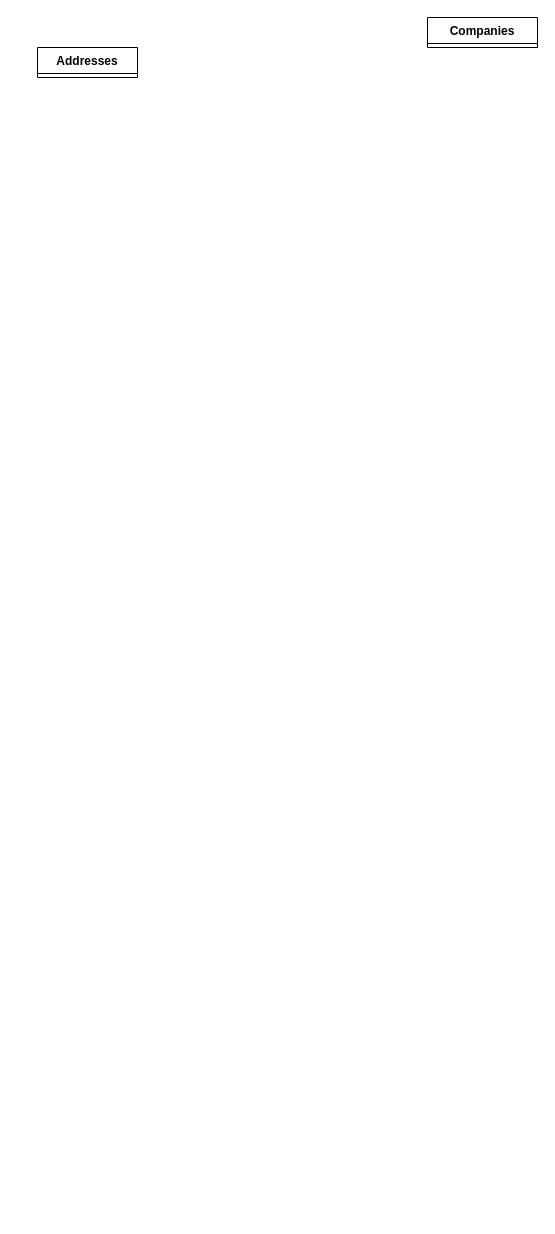
This is Diagramme sans nom.drawio from Eaulmesse/upit_erp_dev, a draw.io file, before an edit. Source tidied: cells renumbered, new cells numbered last; positions are measured from the earlier drawing's top-left corner, leaving out a move shared by most shapes. Both pictures are drawn from the tidied source at 100%, with x=0, y=0 at pixel (37, 17).
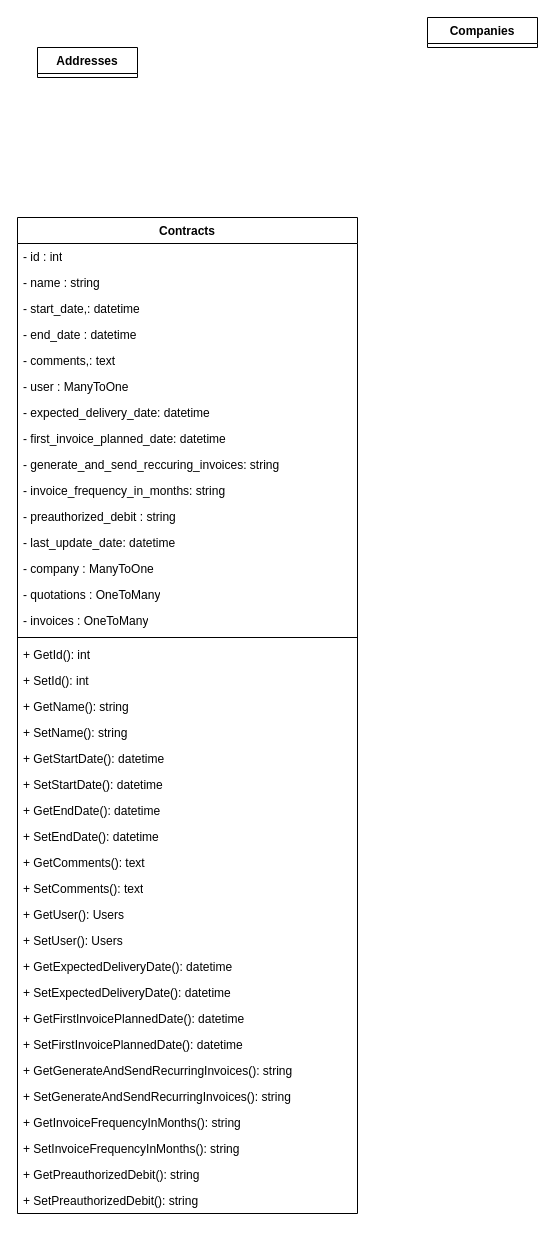
After the change.

What changed in the source:
```diff
@@
+    <mxCell id="4" value="Contracts" style="swimlane;fontStyle=1;align=center;verticalAlign=top;horizontal=1;startSize=26;whiteSpace=wrap;html=1;" parent="1" vertex="1">
+      <mxGeometry x="-20" y="200" width="340" height="996" as="geometry" />
+    </mxCell>
+    <mxCell id="5" value="- id : int" style="text;strokeColor=none;fillColor=none;align=left;verticalAlign=top;spacingLeft=4;spacingRight=4;overflow=hidden;whiteSpace=wrap;html=1;" parent="4" vertex="1">
+      <mxGeometry y="26" width="340" height="26" as="geometry" />
+    </mxCell>
+    <mxCell id="6" value="- name : string" style="text;strokeColor=none;fillColor=none;align=left;verticalAlign=top;spacingLeft=4;spacingRight=4;overflow=hidden;whiteSpace=wrap;html=1;" parent="4" vertex="1">
+      <mxGeometry y="52" width="340" height="26" as="geometry" />
+    </mxCell>
+    <mxCell id="7" value="- start_date,: datetime" style="text;strokeColor=none;fillColor=none;align=left;verticalAlign=top;spacingLeft=4;spacingRight=4;overflow=hidden;whiteSpace=wrap;html=1;" parent="4" vertex="1">
+      <mxGeometry y="78" width="340" height="26" as="geometry" />
+    </mxCell>
+    <mxCell id="8" value="- end_date : datetime" style="text;strokeColor=none;fillColor=none;align=left;verticalAlign=top;spacingLeft=4;spacingRight=4;overflow=hidden;whiteSpace=wrap;html=1;" parent="4" vertex="1">
+      <mxGeometry y="104" width="340" height="26" as="geometry" />
+    </mxCell>
+    <mxCell id="9" value="- comments,: text" style="text;strokeColor=none;fillColor=none;align=left;verticalAlign=top;spacingLeft=4;spacingRight=4;overflow=hidden;whiteSpace=wrap;html=1;" parent="4" vertex="1">
+      <mxGeometry y="130" width="340" height="26" as="geometry" />
+    </mxCell>
+    <mxCell id="10" value="- user : ManyToOne" style="text;strokeColor=none;fillColor=none;align=left;verticalAlign=top;spacingLeft=4;spacingRight=4;overflow=hidden;whiteSpace=wrap;html=1;" parent="4" vertex="1">
+      <mxGeometry y="156" width="340" height="26" as="geometry" />
+    </mxCell>
+    <mxCell id="11" value="- expected_delivery_date: datetime" style="text;strokeColor=none;fillColor=none;align=left;verticalAlign=top;spacingLeft=4;spacingRight=4;overflow=hidden;whiteSpace=wrap;html=1;" parent="4" vertex="1">
+      <mxGeometry y="182" width="340" height="26" as="geometry" />
+    </mxCell>
+    <mxCell id="12" value="- first_invoice_planned_date: datetime" style="text;strokeColor=none;fillColor=none;align=left;verticalAlign=top;spacingLeft=4;spacingRight=4;overflow=hidden;whiteSpace=wrap;html=1;" parent="4" vertex="1">
+      <mxGeometry y="208" width="340" height="26" as="geometry" />
+    </mxCell>
+    <mxCell id="13" value="- generate_and_send_reccuring_invoices: string" style="text;strokeColor=none;fillColor=none;align=left;verticalAlign=top;spacingLeft=4;spacingRight=4;overflow=hidden;whiteSpace=wrap;html=1;" parent="4" vertex="1">
+      <mxGeometry y="234" width="340" height="26" as="geometry" />
+    </mxCell>
+    <mxCell id="14" value="- invoice_frequency_in_months: string" style="text;strokeColor=none;fillColor=none;align=left;verticalAlign=top;spacingLeft=4;spacingRight=4;overflow=hidden;whiteSpace=wrap;html=1;" parent="4" vertex="1">
+      <mxGeometry y="260" width="340" height="26" as="geometry" />
+    </mxCell>
+    <mxCell id="15" value="- preauthorized_debit : string" style="text;strokeColor=none;fillColor=none;align=left;verticalAlign=top;spacingLeft=4;spacingRight=4;overflow=hidden;whiteSpace=wrap;html=1;" parent="4" vertex="1">
+      <mxGeometry y="286" width="340" height="26" as="geometry" />
+    </mxCell>
+    <mxCell id="16" value="- last_update_date: datetime" style="text;strokeColor=none;fillColor=none;align=left;verticalAlign=top;spacingLeft=4;spacingRight=4;overflow=hidden;whiteSpace=wrap;html=1;" parent="4" vertex="1">
+      <mxGeometry y="312" width="340" height="26" as="geometry" />
+    </mxCell>
+    <mxCell id="17" value="- company : ManyToOne" style="text;strokeColor=none;fillColor=none;align=left;verticalAlign=top;spacingLeft=4;spacingRight=4;overflow=hidden;whiteSpace=wrap;html=1;" parent="4" vertex="1">
+      <mxGeometry y="338" width="340" height="26" as="geometry" />
+    </mxCell>
+    <mxCell id="18" value="- quotations : OneToMany" style="text;strokeColor=none;fillColor=none;align=left;verticalAlign=top;spacingLeft=4;spacingRight=4;overflow=hidden;whiteSpace=wrap;html=1;" parent="4" vertex="1">
+      <mxGeometry y="364" width="340" height="26" as="geometry" />
+    </mxCell>
+    <mxCell id="19" value="- invoices : OneToMany" style="text;strokeColor=none;fillColor=none;align=left;verticalAlign=top;spacingLeft=4;spacingRight=4;overflow=hidden;whiteSpace=wrap;html=1;" parent="4" vertex="1">
+      <mxGeometry y="390" width="340" height="26" as="geometry" />
+    </mxCell>
+    <mxCell id="20" style="line;strokeWidth=1;fillColor=none;align=left;verticalAlign=middle;spacingTop=-1;spacingLeft=3;spacingRight=3;labelPosition=right;strokeColor=inherit;" parent="4" vertex="1">
+      <mxGeometry y="416" width="340" height="8" as="geometry" />
+    </mxCell>
+    <mxCell id="21" value="+ GetId(): int" style="text;strokeColor=none;fillColor=none;align=left;verticalAlign=top;spacingLeft=4;spacingRight=4;overflow=hidden;whiteSpace=wrap;html=1;" parent="4" vertex="1">
+      <mxGeometry y="424" width="340" height="26" as="geometry" />
+    </mxCell>
+    <mxCell id="22" value="+ SetId(): int" style="text;strokeColor=none;fillColor=none;align=left;verticalAlign=top;spacingLeft=4;spacingRight=4;overflow=hidden;whiteSpace=wrap;html=1;" parent="4" vertex="1">
+      <mxGeometry y="450" width="340" height="26" as="geometry" />
+    </mxCell>
+    <mxCell id="23" value="+ GetName(): string" style="text;strokeColor=none;fillColor=none;align=left;verticalAlign=top;spacingLeft=4;spacingRight=4;overflow=hidden;whiteSpace=wrap;html=1;" parent="4" vertex="1">
+      <mxGeometry y="476" width="340" height="26" as="geometry" />
+    </mxCell>
+    <mxCell id="24" value="+ SetName(): string" style="text;strokeColor=none;fillColor=none;align=left;verticalAlign=top;spacingLeft=4;spacingRight=4;overflow=hidden;whiteSpace=wrap;html=1;" parent="4" vertex="1">
+      <mxGeometry y="502" width="340" height="26" as="geometry" />
+    </mxCell>
+    <mxCell id="25" value="+ GetStartDate(): datetime" style="text;strokeColor=none;fillColor=none;align=left;verticalAlign=top;spacingLeft=4;spacingRight=4;overflow=hidden;whiteSpace=wrap;html=1;" parent="4" vertex="1">
+      <mxGeometry y="528" width="340" height="26" as="geometry" />
+    </mxCell>
+    <mxCell id="26" value="+ SetStartDate(): datetime" style="text;strokeColor=none;fillColor=none;align=left;verticalAlign=top;spacingLeft=4;spacingRight=4;overflow=hidden;whiteSpace=wrap;html=1;" parent="4" vertex="1">
+      <mxGeometry y="554" width="340" height="26" as="geometry" />
+    </mxCell>
+    <mxCell id="27" value="+ GetEndDate(): datetime" style="text;strokeColor=none;fillColor=none;align=left;verticalAlign=top;spacingLeft=4;spacingRight=4;overflow=hidden;whiteSpace=wrap;html=1;" parent="4" vertex="1">
+      <mxGeometry y="580" width="340" height="26" as="geometry" />
+    </mxCell>
+    <mxCell id="28" value="+ SetEndDate(): datetime" style="text;strokeColor=none;fillColor=none;align=left;verticalAlign=top;spacingLeft=4;spacingRight=4;overflow=hidden;whiteSpace=wrap;html=1;" parent="4" vertex="1">
+      <mxGeometry y="606" width="340" height="26" as="geometry" />
+    </mxCell>
+    <mxCell id="29" value="+ GetComments(): text" style="text;strokeColor=none;fillColor=none;align=left;verticalAlign=top;spacingLeft=4;spacingRight=4;overflow=hidden;whiteSpace=wrap;html=1;" parent="4" vertex="1">
+      <mxGeometry y="632" width="340" height="26" as="geometry" />
+    </mxCell>
+    <mxCell id="30" value="+ SetComments(): text" style="text;strokeColor=none;fillColor=none;align=left;verticalAlign=top;spacingLeft=4;spacingRight=4;overflow=hidden;whiteSpace=wrap;html=1;" parent="4" vertex="1">
+      <mxGeometry y="658" width="340" height="26" as="geometry" />
+    </mxCell>
+    <mxCell id="31" value="+ GetUser(): Users" style="text;strokeColor=none;fillColor=none;align=left;verticalAlign=top;spacingLeft=4;spacingRight=4;overflow=hidden;whiteSpace=wrap;html=1;" parent="4" vertex="1">
+      <mxGeometry y="684" width="340" height="26" as="geometry" />
+    </mxCell>
+    <mxCell id="32" value="+ SetUser(): Users" style="text;strokeColor=none;fillColor=none;align=left;verticalAlign=top;spacingLeft=4;spacingRight=4;overflow=hidden;whiteSpace=wrap;html=1;" parent="4" vertex="1">
+      <mxGeometry y="710" width="340" height="26" as="geometry" />
+    </mxCell>
+    <mxCell id="33" value="+ GetExpectedDeliveryDate(): datetime" style="text;strokeColor=none;fillColor=none;align=left;verticalAlign=top;spacingLeft=4;spacingRight=4;overflow=hidden;whiteSpace=wrap;html=1;" parent="4" vertex="1">
+      <mxGeometry y="736" width="340" height="26" as="geometry" />
+    </mxCell>
+    <mxCell id="34" value="+ SetExpectedDeliveryDate(): datetime" style="text;strokeColor=none;fillColor=none;align=left;verticalAlign=top;spacingLeft=4;spacingRight=4;overflow=hidden;whiteSpace=wrap;html=1;" parent="4" vertex="1">
+      <mxGeometry y="762" width="340" height="26" as="geometry" />
+    </mxCell>
+    <mxCell id="35" value="+ GetFirstInvoicePlannedDate(): datetime" style="text;strokeColor=none;fillColor=none;align=left;verticalAlign=top;spacingLeft=4;spacingRight=4;overflow=hidden;whiteSpace=wrap;html=1;" parent="4" vertex="1">
+      <mxGeometry y="788" width="340" height="26" as="geometry" />
+    </mxCell>
+    <mxCell id="36" value="+ SetFirstInvoicePlannedDate(): datetime" style="text;strokeColor=none;fillColor=none;align=left;verticalAlign=top;spacingLeft=4;spacingRight=4;overflow=hidden;whiteSpace=wrap;html=1;" parent="4" vertex="1">
+      <mxGeometry y="814" width="340" height="26" as="geometry" />
+    </mxCell>
+    <mxCell id="37" value="+ GetGenerateAndSendRecurringInvoices(): string" style="text;strokeColor=none;fillColor=none;align=left;verticalAlign=top;spacingLeft=4;spacingRight=4;overflow=hidden;whiteSpace=wrap;html=1;" parent="4" vertex="1">
+      <mxGeometry y="840" width="340" height="26" as="geometry" />
+    </mxCell>
+    <mxCell id="38" value="+ SetGenerateAndSendRecurringInvoices(): string" style="text;strokeColor=none;fillColor=none;align=left;verticalAlign=top;spacingLeft=4;spacingRight=4;overflow=hidden;whiteSpace=wrap;html=1;" parent="4" vertex="1">
+      <mxGeometry y="866" width="340" height="26" as="geometry" />
+    </mxCell>
+    <mxCell id="39" value="+ GetInvoiceFrequencyInMonths(): string" style="text;strokeColor=none;fillColor=none;align=left;verticalAlign=top;spacingLeft=4;spacingRight=4;overflow=hidden;whiteSpace=wrap;html=1;" parent="4" vertex="1">
+      <mxGeometry y="892" width="340" height="26" as="geometry" />
+    </mxCell>
+    <mxCell id="40" value="+ SetInvoiceFrequencyInMonths(): string" style="text;strokeColor=none;fillColor=none;align=left;verticalAlign=top;spacingLeft=4;spacingRight=4;overflow=hidden;whiteSpace=wrap;html=1;" parent="4" vertex="1">
+      <mxGeometry y="918" width="340" height="26" as="geometry" />
+    </mxCell>
+    <mxCell id="41" value="+ GetPreauthorizedDebit(): string" style="text;strokeColor=none;fillColor=none;align=left;verticalAlign=top;spacingLeft=4;spacingRight=4;overflow=hidden;whiteSpace=wrap;html=1;" parent="4" vertex="1">
+      <mxGeometry y="944" width="340" height="26" as="geometry" />
+    </mxCell>
+    <mxCell id="42" value="+ SetPreauthorizedDebit(): string" style="text;strokeColor=none;fillColor=none;align=left;verticalAlign=top;spacingLeft=4;spacingRight=4;overflow=hidden;whiteSpace=wrap;html=1;" parent="4" vertex="1">
+      <mxGeometry y="970" width="340" height="26" as="geometry" />
+    </mxCell>
```
